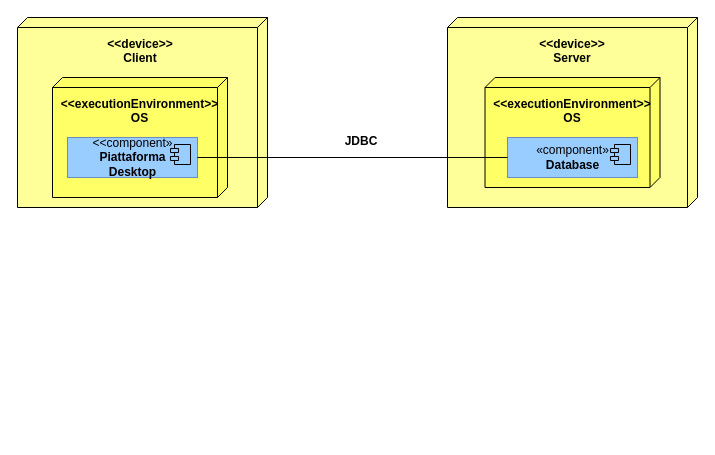
Earlier version of the draw.io diagram documentazioneSDD/Diagramma di deployment/3.2.3DiagrammaDeployment.drawio (Ciro-Fusco/NewDM). Source tidied: cells renumbered, new cells numbered last; positions are measured from the earlier drawing's top-left corner, leaving out a move shared by most shapes. Both pictures are drawn from the tidied source at 100%, with x=0, y=0 at pixel (17, 17).
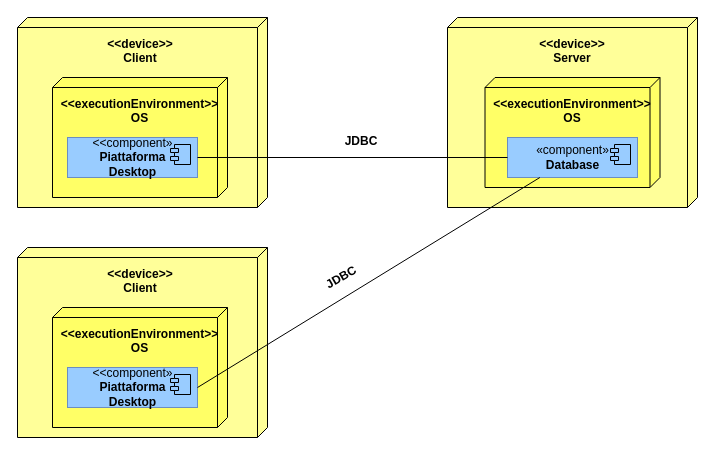
Above is the later version.

The change refers to these unchanged cells:
```xml
<mxCell id="12" value="«component»&lt;b&gt;&lt;br&gt;Database&lt;br&gt;&lt;/b&gt;" style="html=1;strokeColor=#6c8ebf;fillColor=#99CCFF;" parent="1" vertex="1">
  <mxGeometry x="490" y="120" width="130" height="40" as="geometry" />
</mxCell>
```

The edit, as a diff of the source:
```diff
@@
+    <mxCell id="16" style="verticalAlign=top;align=center;spacingTop=8;spacingLeft=2;spacingRight=12;shape=cube;size=10;direction=south;fontStyle=4;html=1;fillColor=#FFFF99;" parent="1" vertex="1">
+      <mxGeometry y="230" width="250" height="190" as="geometry" />
+    </mxCell>
+    <mxCell id="17" style="verticalAlign=top;align=center;spacingTop=8;spacingLeft=2;spacingRight=12;shape=cube;size=10;direction=south;fontStyle=4;html=1;fillColor=#FFFF66;" parent="1" vertex="1">
+      <mxGeometry x="35" y="290" width="175" height="120" as="geometry" />
+    </mxCell>
+    <mxCell id="18" value="&lt;&lt;device&gt;&gt;&#10;Client" style="text;align=center;fontStyle=1;verticalAlign=middle;spacingLeft=3;spacingRight=3;strokeColor=none;" parent="1" vertex="1">
+      <mxGeometry x="83" y="250" width="80" height="26" as="geometry" />
+    </mxCell>
+    <mxCell id="19" value="&lt;&lt;executionEnvironment&gt;&gt;&#10;OS" style="text;align=center;fontStyle=1;verticalAlign=middle;spacingLeft=3;spacingRight=3;strokeColor=none;" parent="1" vertex="1">
+      <mxGeometry x="82.5" y="310" width="80" height="26" as="geometry" />
+    </mxCell>
+    <mxCell id="20" value="&amp;lt;&amp;lt;component»&lt;br&gt;&lt;b&gt;Piattaforma&lt;br&gt;Desktop&lt;/b&gt;" style="html=1;strokeColor=#6c8ebf;fillColor=#99CCFF;" parent="1" vertex="1">
+      <mxGeometry x="50" y="350" width="130" height="40" as="geometry" />
+    </mxCell>
+    <mxCell id="21" style="shape=module;jettyWidth=8;jettyHeight=4;fillColor=#99CCFF;" parent="20" vertex="1">
+      <mxGeometry x="1" width="20" height="20" relative="1" as="geometry">
+        <mxPoint x="-27" y="7" as="offset" />
+      </mxGeometry>
+    </mxCell>
+    <mxCell id="22" style="endArrow=none;html=1;exitX=1;exitY=0.5;exitDx=0;exitDy=0;" parent="1" edge="1" source="20" target="12">
+      <mxGeometry relative="1" as="geometry" />
+    </mxCell>
+    <mxCell id="23" value="JDBC" style="text;html=1;strokeColor=none;fillColor=none;align=center;verticalAlign=middle;whiteSpace=wrap;rounded=0;rotation=-30;fontStyle=1;" parent="1" vertex="1">
+      <mxGeometry x="304" y="250" width="40" height="20" as="geometry" />
+    </mxCell>
```
